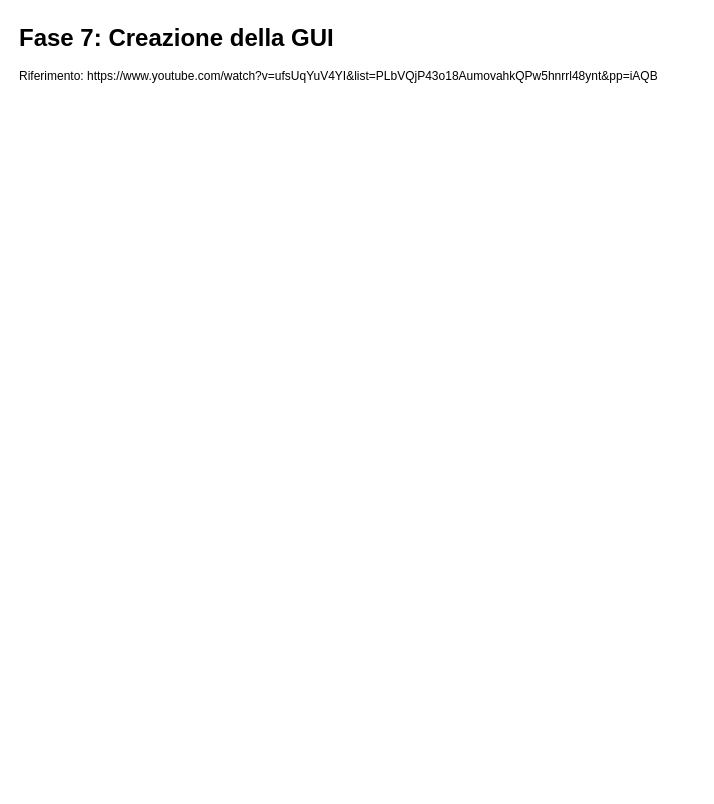
This is page "Parte 6 - Creazione GUI" (6 of 8) of organigramma-aziendale.drawio from riccardo-florio/organigramma_aziendale, a draw.io file, before an edit. Source tidied: cells renumbered, new cells numbered last; positions are measured from the earlier drawing's top-left corner, leaving out a move shared by most shapes. Both pictures are drawn from the tidied source at 100%, with x=0, y=0 at pixel (17, 17).
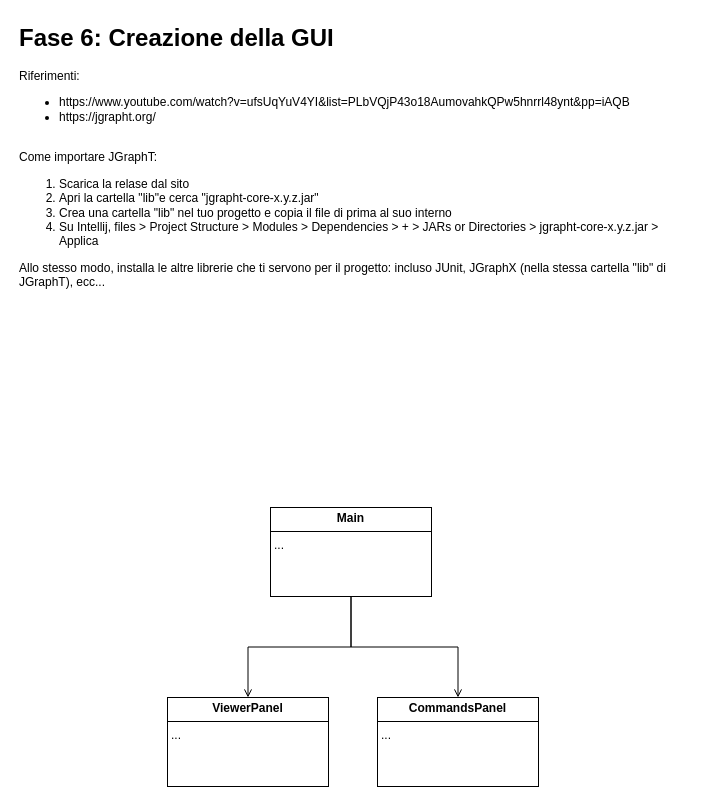
After the change.

The edit, as a diff of the source:
```diff
@@
 <mxGraphModel>
   <root>
     <mxCell id="0" />
     <mxCell id="1" parent="0" />
-    <mxCell id="2" value="&lt;h1 style=&quot;margin-top: 0px;&quot;&gt;Fase 7: Creazione della GUI&lt;/h1&gt;&lt;p&gt;Riferimento:&amp;nbsp;https://www.youtube.com/watch?v=ufsUqYuV4YI&amp;amp;list=PLbVQjP43o18AumovahkQPw5hnrrl48ynt&amp;amp;pp=iAQB&lt;/p&gt;&lt;p&gt;&lt;br&gt;&lt;/p&gt;" style="text;html=1;whiteSpace=wrap;overflow=hidden;rounded=0;" parent="1" vertex="1">
-      <mxGeometry width="680" height="120" as="geometry" />
+    <mxCell id="2" value="&lt;h1 style=&quot;margin-top: 0px;&quot;&gt;Fase 6: Creazione della GUI&lt;/h1&gt;&lt;p&gt;Riferimenti:&lt;/p&gt;&lt;p&gt;&lt;/p&gt;&lt;ul&gt;&lt;li&gt;https://www.youtube.com/watch?v=ufsUqYuV4YI&amp;amp;list=PLbVQjP43o18AumovahkQPw5hnrrl48ynt&amp;amp;pp=iAQB&lt;/li&gt;&lt;li&gt;https://jgrapht.org/&lt;br&gt;&lt;/li&gt;&lt;/ul&gt;&lt;div&gt;&lt;br&gt;&lt;/div&gt;&lt;div&gt;Come importare JGraphT:&lt;/div&gt;&lt;div&gt;&lt;ol&gt;&lt;li&gt;Scarica la relase dal sito&lt;/li&gt;&lt;li&gt;Apri la cartella &quot;lib&quot;e cerca &quot;jgrapht-core-x.y.z.jar&quot;&lt;/li&gt;&lt;li&gt;Crea una cartella &quot;lib&quot; nel tuo progetto e copia il file di prima al suo interno&lt;/li&gt;&lt;li&gt;Su Intellij, files &amp;gt; Project Structure &amp;gt; Modules &amp;gt; Dependencies &amp;gt; + &amp;gt; JARs or Directories &amp;gt; jgrapht-core-x.y.z.jar &amp;gt; Applica&lt;br&gt;&lt;/li&gt;&lt;/ol&gt;&lt;div&gt;Allo stesso modo, installa le altre librerie che ti servono per il progetto: incluso JUnit, JGraphX (nella stessa cartella &quot;lib&quot; di JGraphT), ecc...&lt;/div&gt;&lt;/div&gt;" style="text;html=1;whiteSpace=wrap;overflow=hidden;rounded=0;" parent="1" vertex="1">
+      <mxGeometry width="680" height="280" as="geometry" />
     </mxCell>
+    <mxCell id="3" style="edgeStyle=orthogonalEdgeStyle;rounded=0;jettySize=auto;html=1;entryX=0.5;entryY=0;entryDx=0;entryDy=0;endArrow=open;endFill=0;" parent="1" edge="1" source="5" target="7">
+      <mxGeometry relative="1" as="geometry" />
+    </mxCell>
+    <mxCell id="4" style="edgeStyle=orthogonalEdgeStyle;rounded=0;jettySize=auto;html=1;exitX=0.5;exitY=1;exitDx=0;exitDy=0;entryX=0.5;entryY=0;entryDx=0;entryDy=0;endArrow=open;endFill=0;" parent="1" edge="1" source="5" target="6">
+      <mxGeometry relative="1" as="geometry" />
+    </mxCell>
+    <mxCell id="5" value="&lt;p style=&quot;margin:0px;margin-top:4px;text-align:center;&quot;&gt;&lt;b&gt;Main&lt;/b&gt;&lt;/p&gt;&lt;hr size=&quot;1&quot; style=&quot;border-style:solid;&quot;&gt;&lt;p style=&quot;margin:0px;margin-left:4px;&quot;&gt;&lt;/p&gt;&lt;p style=&quot;margin:0px;margin-left:4px;&quot;&gt;...&lt;/p&gt;&lt;p style=&quot;margin:0px;margin-left:4px;&quot;&gt;&lt;br&gt;&lt;/p&gt;" style="verticalAlign=top;align=left;overflow=fill;html=1;whiteSpace=wrap;" parent="1" vertex="1">
+      <mxGeometry x="253" y="490" width="161" height="89" as="geometry" />
+    </mxCell>
+    <mxCell id="6" value="&lt;p style=&quot;margin:0px;margin-top:4px;text-align:center;&quot;&gt;&lt;b&gt;CommandsPanel&lt;/b&gt;&lt;/p&gt;&lt;hr size=&quot;1&quot; style=&quot;border-style:solid;&quot;&gt;&lt;p style=&quot;margin:0px;margin-left:4px;&quot;&gt;&lt;/p&gt;&lt;p style=&quot;margin:0px;margin-left:4px;&quot;&gt;...&lt;/p&gt;&lt;p style=&quot;margin:0px;margin-left:4px;&quot;&gt;&lt;br&gt;&lt;/p&gt;" style="verticalAlign=top;align=left;overflow=fill;html=1;whiteSpace=wrap;" parent="1" vertex="1">
+      <mxGeometry x="360" y="680" width="161" height="89" as="geometry" />
+    </mxCell>
+    <mxCell id="7" value="&lt;p style=&quot;margin:0px;margin-top:4px;text-align:center;&quot;&gt;&lt;b&gt;ViewerPanel&lt;/b&gt;&lt;/p&gt;&lt;hr size=&quot;1&quot; style=&quot;border-style:solid;&quot;&gt;&lt;p style=&quot;margin:0px;margin-left:4px;&quot;&gt;&lt;/p&gt;&lt;p style=&quot;margin:0px;margin-left:4px;&quot;&gt;...&lt;/p&gt;&lt;p style=&quot;margin:0px;margin-left:4px;&quot;&gt;&lt;br&gt;&lt;/p&gt;" style="verticalAlign=top;align=left;overflow=fill;html=1;whiteSpace=wrap;" parent="1" vertex="1">
+      <mxGeometry x="150" y="680" width="161" height="89" as="geometry" />
+    </mxCell>
   </root>
 </mxGraphModel>
```
